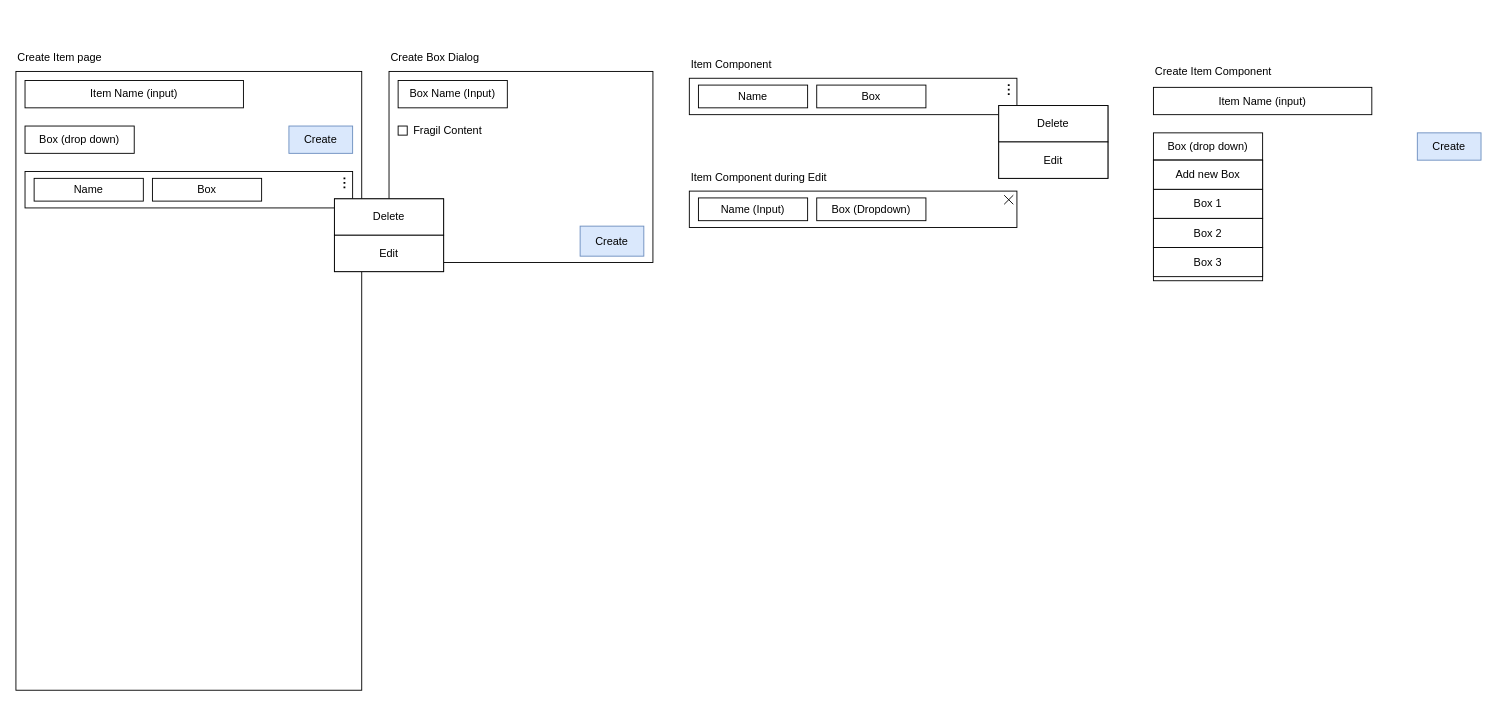
Before: documentation/mockups.drawio in J4yTr1n1ty/SmartBoxInventory, a draw.io diagram. Source tidied: cells renumbered, new cells numbered last; positions are measured from the earlier drawing's top-left corner, leaving out a move shared by most shapes. Both pictures are drawn from the tidied source at 91%, with x=0, y=0 at pixel (15, 44).
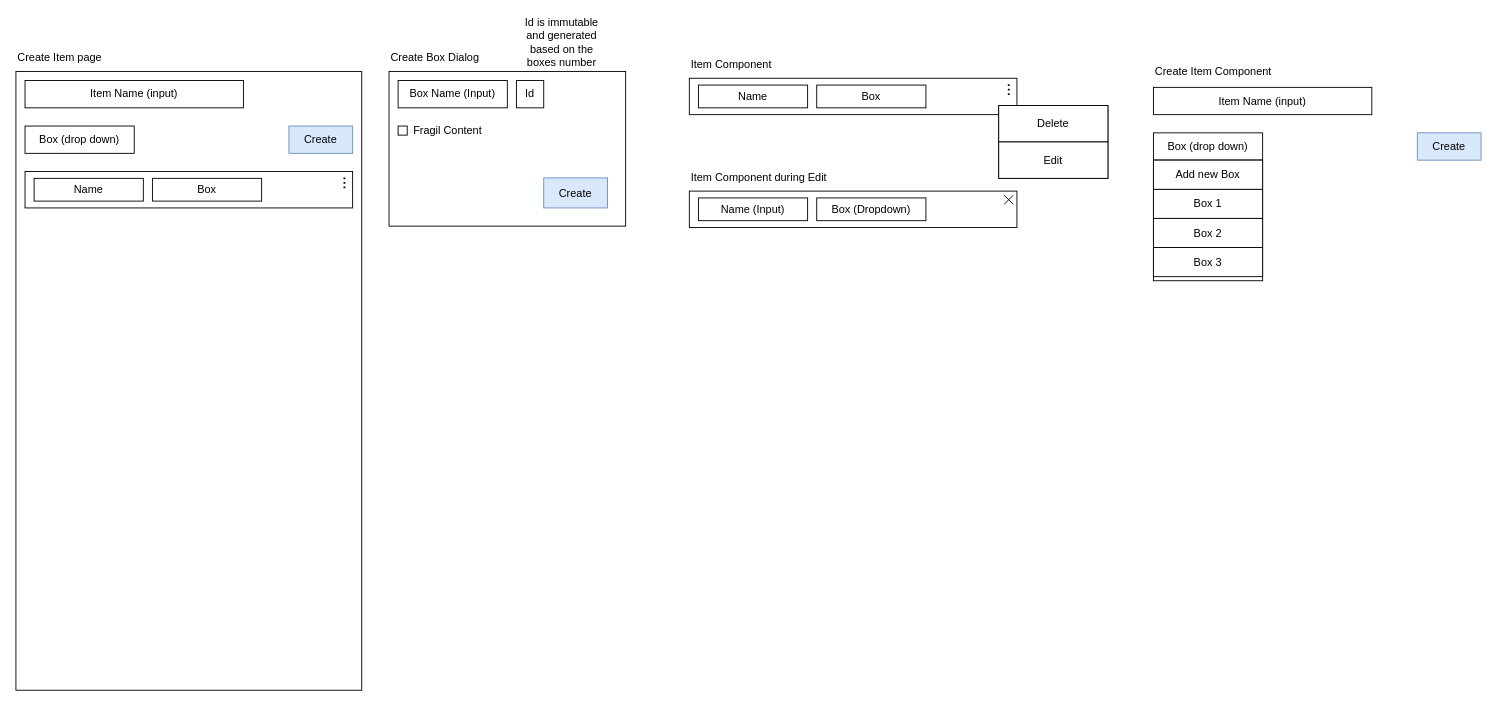
The same page after the edit.

Diff of the diagram source:
```diff
@@
     <mxCell id="6" style="rounded=0;whiteSpace=wrap;html=1;" parent="1" vertex="1">
-      <mxGeometry x="410" y="30" width="290" height="210" as="geometry" />
+      <mxGeometry x="410" y="30" width="260" height="170" as="geometry" />
     </mxCell>
@@
     <mxCell id="12" value="Create" style="rounded=0;whiteSpace=wrap;html=1;fillColor=#dae8fc;strokeColor=#6c8ebf;" parent="1" vertex="1">
-      <mxGeometry x="620" y="200" width="70" height="33" as="geometry" />
+      <mxGeometry x="580" y="147" width="70" height="33" as="geometry" />
     </mxCell>
@@
-    <mxCell id="17" style="rounded=0;whiteSpace=wrap;html=1;" parent="1" vertex="1">
-      <mxGeometry x="350" y="170" width="120" height="80" as="geometry" />
-    </mxCell>
-    <mxCell id="18" value="Delete" style="rounded=0;whiteSpace=wrap;html=1;" parent="1" vertex="1">
-      <mxGeometry x="350" y="170" width="120" height="40" as="geometry" />
-    </mxCell>
-    <mxCell id="19" value="Edit" style="rounded=0;whiteSpace=wrap;html=1;" parent="1" vertex="1">
-      <mxGeometry x="350" y="210" width="120" height="40" as="geometry" />
-    </mxCell>
@@
+    <mxCell id="42" value="Id" style="rounded=0;whiteSpace=wrap;html=1;" parent="1" vertex="1">
+      <mxGeometry x="550" y="40" width="30" height="30" as="geometry" />
+    </mxCell>
+    <mxCell id="43" value="Id is immutable and generated based on the boxes number" style="text;html=1;align=center;verticalAlign=middle;whiteSpace=wrap;rounded=0;" parent="1" vertex="1">
+      <mxGeometry x="550" y="-30" width="100" height="55" as="geometry" />
+    </mxCell>
```
